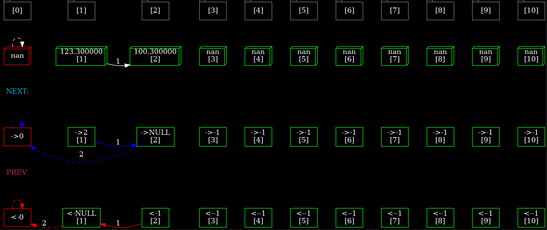
The Graphviz diagram test2.png in KirillTFK/List, before a commit. Its source is kept beside it as test2.dot.
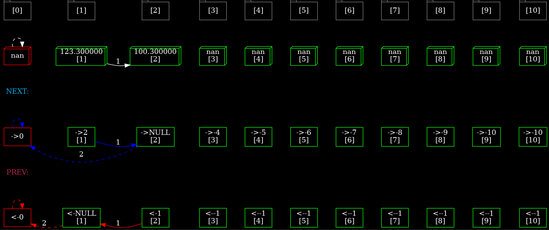
Later version of the same file.

Diff of the diagram source:
```diff
@@ -57,15 +57,15 @@
 	"->0"[color = red];
 	"->0"->"->2
 [1]"->"->NULL
-[2]"->"->-1
-[3]"->"->-1
-[4]"->"->-1
-[5]"->"->-1
-[6]"->"->-1
-[7]"->"->-1
-[8]"->"->-1
-[9]"->"->-1
-[10]"->"->-1
+[2]"->"->-4
+[3]"->"->-5
+[4]"->"->-6
+[5]"->"->-7
+[6]"->"->-8
+[7]"->"->-9
+[8]"->"->-10
+[9]"->"->-10
+[10]"->"->-10
 [10]"[weight = 400]
 
 	{rank = same; "NEXT:"; "[0]"}
@@ -74,21 +74,21 @@
 [1]"; "[1]"}
 	{rank = same; "->NULL
 [2]"; "[2]"}
-	{rank = same; "->-1
+	{rank = same; "->-4
 [3]"; "[3]"}
-	{rank = same; "->-1
+	{rank = same; "->-5
 [4]"; "[4]"}
-	{rank = same; "->-1
+	{rank = same; "->-6
 [5]"; "[5]"}
-	{rank = same; "->-1
+	{rank = same; "->-7
 [6]"; "[6]"}
-	{rank = same; "->-1
+	{rank = same; "->-8
 [7]"; "[7]"}
-	{rank = same; "->-1
+	{rank = same; "->-9
 [8]"; "[8]"}
-	{rank = same; "->-1
+	{rank = same; "->-10
 [9]"; "[9]"}
-	{rank = same; "->-1
+	{rank = same; "->-10
 [10]"; "[10]"}
 
 	"->0"->"->0" [style = "dashed", color = blue]
```
